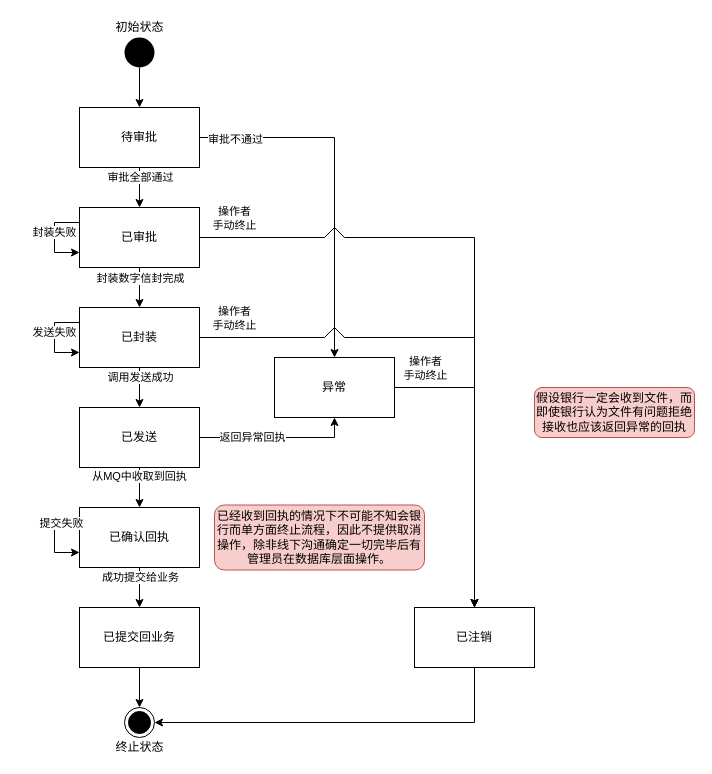
The draw.io diagram 状态转换图.drawio in CTmH/PaperlessBusiness, before the edit. Source tidied: cells renumbered, new cells numbered last; positions are measured from the earlier drawing's top-left corner, leaving out a move shared by most shapes. Both pictures are drawn from the tidied source at 100%, with x=0, y=0 at pixel (54, 17).
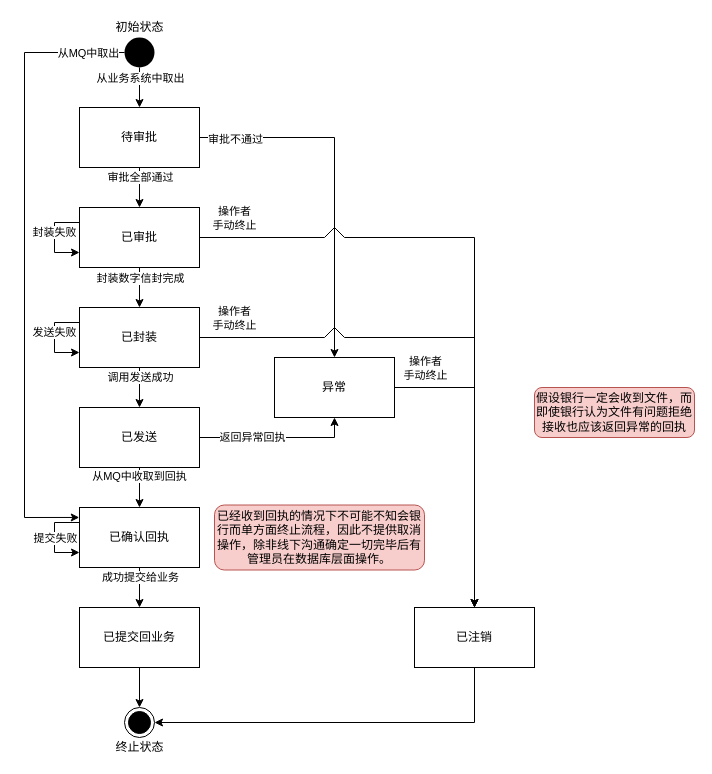
After the change.

Unchanged cells that the change refers to:
```xml
<mxCell id="2" style="edgeStyle=orthogonalEdgeStyle;rounded=0;jettySize=auto;html=1;" parent="1" edge="1" source="3" target="8">
  <mxGeometry relative="1" as="geometry" />
</mxCell>
<mxCell id="3" style="ellipse;fillColor=#000000;strokeColor=none;" parent="1" vertex="1">
  <mxGeometry x="70" y="20" width="30" height="30" as="geometry" />
</mxCell>
<mxCell id="26" value="已确认回执" style="whiteSpace=wrap;html=1;perimeterSpacing=0;" parent="1" vertex="1">
  <mxGeometry x="25" y="490" width="120" height="60" as="geometry" />
</mxCell>
<mxCell id="42" style="edgeStyle=orthogonalEdgeStyle;rounded=0;orthogonalLoop=1;jettySize=auto;html=1;exitX=0;exitY=0.25;exitDx=0;exitDy=0;entryX=0;entryY=0.75;entryDx=0;entryDy=0;" parent="1" edge="1" source="26" target="26">
  <mxGeometry relative="1" as="geometry">
    <Array as="points">
      <mxPoint y="505" />
      <mxPoint y="535" />
    </Array>
  </mxGeometry>
</mxCell>
```

The edit, as a diff of the source:
```diff
@@
+    <mxCell id="45" value="从业务系统中取出" style="edgeLabel;html=1;align=center;verticalAlign=middle;" parent="2" vertex="1">
+      <mxGeometry x="-0.7" relative="1" as="geometry">
+        <mxPoint y="4" as="offset" />
+      </mxGeometry>
+    </mxCell>
+    <mxCell id="46" style="edgeStyle=orthogonalEdgeStyle;rounded=0;jettySize=auto;html=1;exitX=0;exitY=0.5;exitDx=0;exitDy=0;entryX=-0.002;entryY=0.166;entryDx=0;entryDy=0;entryPerimeter=0;" parent="1" edge="1" source="3" target="26">
+      <mxGeometry relative="1" as="geometry">
+        <Array as="points">
+          <mxPoint x="-30" y="35" />
+          <mxPoint x="-30" y="500" />
+        </Array>
+      </mxGeometry>
+    </mxCell>
+    <mxCell id="47" value="从MQ中取出" style="edgeLabel;html=1;align=center;verticalAlign=middle;" parent="46" vertex="1">
+      <mxGeometry x="-0.88" relative="1" as="geometry" />
+    </mxCell>
@@
     <mxCell id="43" value="提交失败" style="edgeLabel;html=1;align=center;verticalAlign=middle;" parent="42" vertex="1">
-      <mxGeometry x="-0.38" y="6" relative="1" as="geometry" />
+      <mxGeometry x="-0.38" y="6" relative="1" as="geometry">
+        <mxPoint x="-6" y="15" as="offset" />
+      </mxGeometry>
     </mxCell>
```
